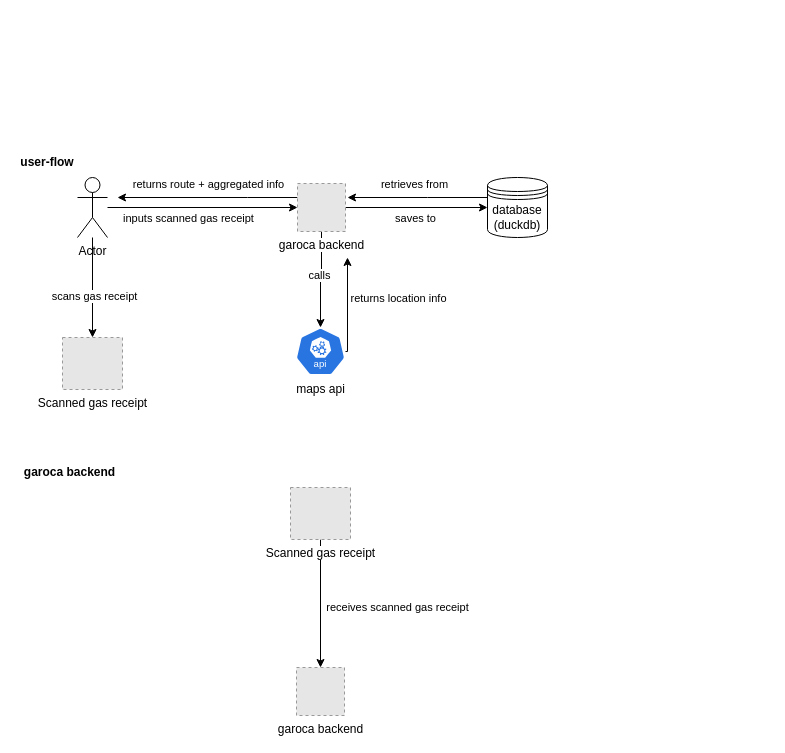
Earlier version of the draw.io diagram src/garoca/garoca_flows.drawio (Mokohn/GAROCA). Source tidied: cells renumbered, new cells numbered last; positions are measured from the earlier drawing's top-left corner, leaving out a move shared by most shapes. Both pictures are drawn from the tidied source at 100%, with x=0, y=0 at pixel (17, 147). Pictures stored in the file or linked from it are replaced by grey dashed boxes.
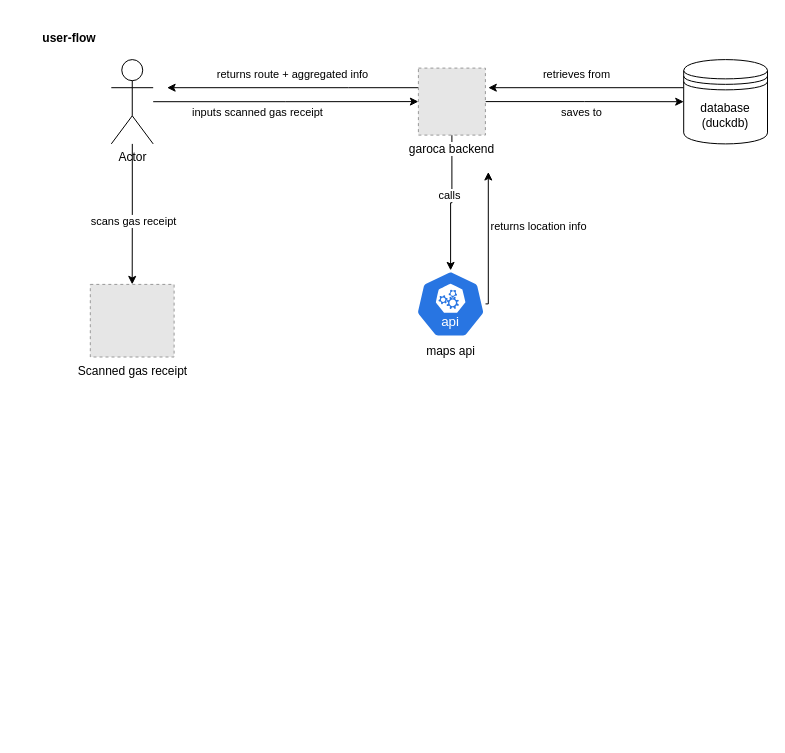
After the change.

The edit, as a diff of the source:
```diff
@@
+    <mxCell id="27" style="group;" parent="1" vertex="1">
+      <mxGeometry x="10" y="-130" width="740" height="340" as="geometry" />
+    </mxCell>
-    <mxCell id="2" style="edgeStyle=orthogonalEdgeStyle;rounded=0;jettySize=auto;html=1;" parent="1" edge="1" source="6" target="20">
+    <mxCell id="2" style="edgeStyle=orthogonalEdgeStyle;rounded=0;jettySize=auto;html=1;" parent="27" edge="1" source="6" target="20">
       <mxGeometry relative="1" as="geometry" />
     </mxCell>
@@
-    <mxCell id="4" style="edgeStyle=orthogonalEdgeStyle;rounded=0;jettySize=auto;html=1;" parent="1" edge="1" source="6" target="19">
+    <mxCell id="4" style="edgeStyle=orthogonalEdgeStyle;rounded=0;jettySize=auto;html=1;" parent="27" edge="1" source="6" target="19">
       <mxGeometry relative="1" as="geometry" />
     </mxCell>
@@
-    <mxCell id="6" value="Actor" style="shape=umlActor;verticalLabelPosition=bottom;verticalAlign=top;html=1;outlineConnect=0;" parent="1" vertex="1">
-      <mxGeometry x="60" y="30" width="30" height="60" as="geometry" />
+    <mxCell id="6" value="Actor" style="shape=umlActor;verticalLabelPosition=bottom;verticalAlign=top;html=1;outlineConnect=0;" parent="27" vertex="1">
+      <mxGeometry x="83.8" y="42.1" width="41.9" height="84.3" as="geometry" />
     </mxCell>
-    <mxCell id="7" style="edgeStyle=orthogonalEdgeStyle;rounded=0;jettySize=auto;html=1;" parent="1" edge="1" source="9">
+    <mxCell id="7" style="edgeStyle=orthogonalEdgeStyle;rounded=0;jettySize=auto;html=1;" parent="27" edge="1" source="9">
       <mxGeometry relative="1" as="geometry">
-        <mxPoint x="330" y="50" as="targetPoint" />
+        <mxPoint x="460.8" y="70.2" as="targetPoint" />
         <Array as="points">
-          <mxPoint x="410" y="50" />
-          <mxPoint x="410" y="50" />
+          <mxPoint x="572.5" y="70.2" />
+          <mxPoint x="572.5" y="70.2" />
         </Array>
       </mxGeometry>
     </mxCell>
@@
-    <mxCell id="9" value="&lt;div&gt;database (duckdb)&lt;/div&gt;" style="shape=datastore;whiteSpace=wrap;html=1;" parent="1" vertex="1">
-      <mxGeometry x="470" y="30" width="60" height="60" as="geometry" />
+    <mxCell id="9" value="&lt;div&gt;database (duckdb)&lt;/div&gt;" style="shape=datastore;whiteSpace=wrap;html=1;" parent="27" vertex="1">
+      <mxGeometry x="656.2" y="42.1" width="83.8" height="84.3" as="geometry" />
     </mxCell>
-    <mxCell id="10" style="edgeStyle=orthogonalEdgeStyle;rounded=0;jettySize=auto;html=1;" parent="1" edge="1" source="12">
+    <mxCell id="10" style="edgeStyle=orthogonalEdgeStyle;rounded=0;jettySize=auto;html=1;" parent="27" edge="1" source="12">
       <mxGeometry relative="1" as="geometry">
-        <mxPoint x="330" y="110" as="targetPoint" />
+        <mxPoint x="460.8" y="154.5" as="targetPoint" />
         <Array as="points">
-          <mxPoint x="330" y="204" />
+          <mxPoint x="460.8" y="286.6" />
         </Array>
       </mxGeometry>
     </mxCell>
@@
-    <mxCell id="12" value="&lt;div&gt;maps api&lt;/div&gt;" style="sketch=0;html=1;dashed=0;whitespace=wrap;verticalLabelPosition=bottom;verticalAlign=top;fillColor=#2875E2;strokeColor=#ffffff;points=[[0.005,0.63,0],[0.1,0.2,0],[0.9,0.2,0],[0.5,0,0],[0.995,0.63,0],[0.72,0.99,0],[0.5,1,0],[0.28,0.99,0]];shape=mxgraph.kubernetes.icon2;kubernetesLabel=1;prIcon=api;" parent="1" vertex="1">
-      <mxGeometry x="278" y="180" width="50" height="48" as="geometry" />
+    <mxCell id="12" value="&lt;div&gt;maps api&lt;/div&gt;" style="sketch=0;html=1;dashed=0;whitespace=wrap;verticalLabelPosition=bottom;verticalAlign=top;fillColor=#2875E2;strokeColor=#ffffff;points=[[0.005,0.63,0],[0.1,0.2,0],[0.9,0.2,0],[0.5,0,0],[0.995,0.63,0],[0.72,0.99,0],[0.5,1,0],[0.28,0.99,0]];shape=mxgraph.kubernetes.icon2;kubernetesLabel=1;prIcon=api;" parent="27" vertex="1">
+      <mxGeometry x="388.2" y="252.9" width="69.8" height="67" as="geometry" />
     </mxCell>
-    <mxCell id="13" style="edgeStyle=orthogonalEdgeStyle;rounded=0;jettySize=auto;html=1;" parent="1" edge="1" source="19" target="9">
+    <mxCell id="13" style="edgeStyle=orthogonalEdgeStyle;rounded=0;jettySize=auto;html=1;" parent="27" edge="1" source="19" target="9">
       <mxGeometry relative="1" as="geometry" />
     </mxCell>
@@
-    <mxCell id="15" style="edgeStyle=orthogonalEdgeStyle;rounded=0;jettySize=auto;html=1;" parent="1" edge="1" source="19" target="12">
+    <mxCell id="15" style="edgeStyle=orthogonalEdgeStyle;rounded=0;jettySize=auto;html=1;" parent="27" edge="1" source="19" target="12">
       <mxGeometry relative="1" as="geometry" />
     </mxCell>
@@
-    <mxCell id="17" style="edgeStyle=orthogonalEdgeStyle;rounded=0;jettySize=auto;html=1;" parent="1" edge="1" source="19">
+    <mxCell id="17" style="edgeStyle=orthogonalEdgeStyle;rounded=0;jettySize=auto;html=1;" parent="27" edge="1" source="19">
       <mxGeometry relative="1" as="geometry">
-        <mxPoint x="100" y="50" as="targetPoint" />
+        <mxPoint x="139.6" y="70.2" as="targetPoint" />
         <Array as="points">
-          <mxPoint x="230" y="50" />
-          <mxPoint x="230" y="50" />
+          <mxPoint x="321.1" y="70.2" />
+          <mxPoint x="321.1" y="70.2" />
         </Array>
       </mxGeometry>
     </mxCell>
@@
-    <mxCell id="19" value="&lt;div&gt;garoca backend&lt;/div&gt;" style="fillColor=#E6E6E6;strokeColor=#999999;dashed=1;html=1;verticalAlign=top;verticalLabelPosition=bottom;labelBackgroundColor=#ffffff;" parent="1" vertex="1">
-      <mxGeometry x="280" y="36" width="48" height="48" as="geometry" />
+    <mxCell id="19" value="&lt;div&gt;garoca backend&lt;/div&gt;" style="fillColor=#E6E6E6;strokeColor=#999999;dashed=1;html=1;verticalAlign=top;verticalLabelPosition=bottom;labelBackgroundColor=#ffffff;" parent="27" vertex="1">
+      <mxGeometry x="390.9" y="50.6" width="67" height="67" as="geometry" />
     </mxCell>
-    <mxCell id="20" value="Scanned gas receipt" style="fillColor=#E6E6E6;strokeColor=#999999;dashed=1;html=1;verticalAlign=top;verticalLabelPosition=bottom;labelBackgroundColor=#ffffff;" parent="1" vertex="1">
-      <mxGeometry x="45" y="190" width="60" height="52" as="geometry" />
+    <mxCell id="20" value="Scanned gas receipt" style="fillColor=#E6E6E6;strokeColor=#999999;dashed=1;html=1;verticalAlign=top;verticalLabelPosition=bottom;labelBackgroundColor=#ffffff;" parent="27" vertex="1">
+      <mxGeometry x="62.8" y="266.9" width="83.8" height="72.6" as="geometry" />
     </mxCell>
-    <mxCell id="21" value="&lt;b&gt;user-flow&lt;/b&gt;" style="text;html=1;whiteSpace=wrap;strokeColor=none;fillColor=none;align=center;verticalAlign=middle;rounded=0;" parent="1" vertex="1">
-      <mxGeometry width="60" height="30" as="geometry" />
+    <mxCell id="21" value="&lt;b&gt;user-flow&lt;/b&gt;" style="text;html=1;whiteSpace=wrap;strokeColor=none;fillColor=none;align=center;verticalAlign=middle;rounded=0;" parent="27" vertex="1">
+      <mxGeometry width="83.8" height="42.1" as="geometry" />
     </mxCell>
-    <mxCell id="22" value="&lt;b&gt;garoca backend&lt;/b&gt;" style="text;html=1;whiteSpace=wrap;strokeColor=none;fillColor=none;align=center;verticalAlign=middle;rounded=0;" parent="1" vertex="1">
-      <mxGeometry y="310" width="105" height="30" as="geometry" />
-    </mxCell>
-    <mxCell id="23" value="&lt;div&gt;garoca backend&lt;/div&gt;" style="fillColor=#E6E6E6;strokeColor=#999999;dashed=1;html=1;verticalAlign=top;verticalLabelPosition=bottom;labelBackgroundColor=#ffffff;" parent="1" vertex="1">
-      <mxGeometry x="279" y="520" width="48" height="48" as="geometry" />
-    </mxCell>
-    <mxCell id="24" style="edgeStyle=orthogonalEdgeStyle;rounded=0;jettySize=auto;html=1;" parent="1" edge="1" source="26" target="23">
-      <mxGeometry relative="1" as="geometry" />
-    </mxCell>
-    <mxCell id="25" value="receives scanned gas receipt" style="edgeLabel;html=1;align=center;verticalAlign=middle;" parent="24" vertex="1">
-      <mxGeometry x="-0.03" relative="1" as="geometry">
-        <mxPoint x="76" y="5" as="offset" />
-      </mxGeometry>
-    </mxCell>
-    <mxCell id="26" value="Scanned gas receipt" style="fillColor=#E6E6E6;strokeColor=#999999;dashed=1;html=1;verticalAlign=top;verticalLabelPosition=bottom;labelBackgroundColor=#ffffff;" parent="1" vertex="1">
-      <mxGeometry x="273" y="340" width="60" height="52" as="geometry" />
-    </mxCell>
```
